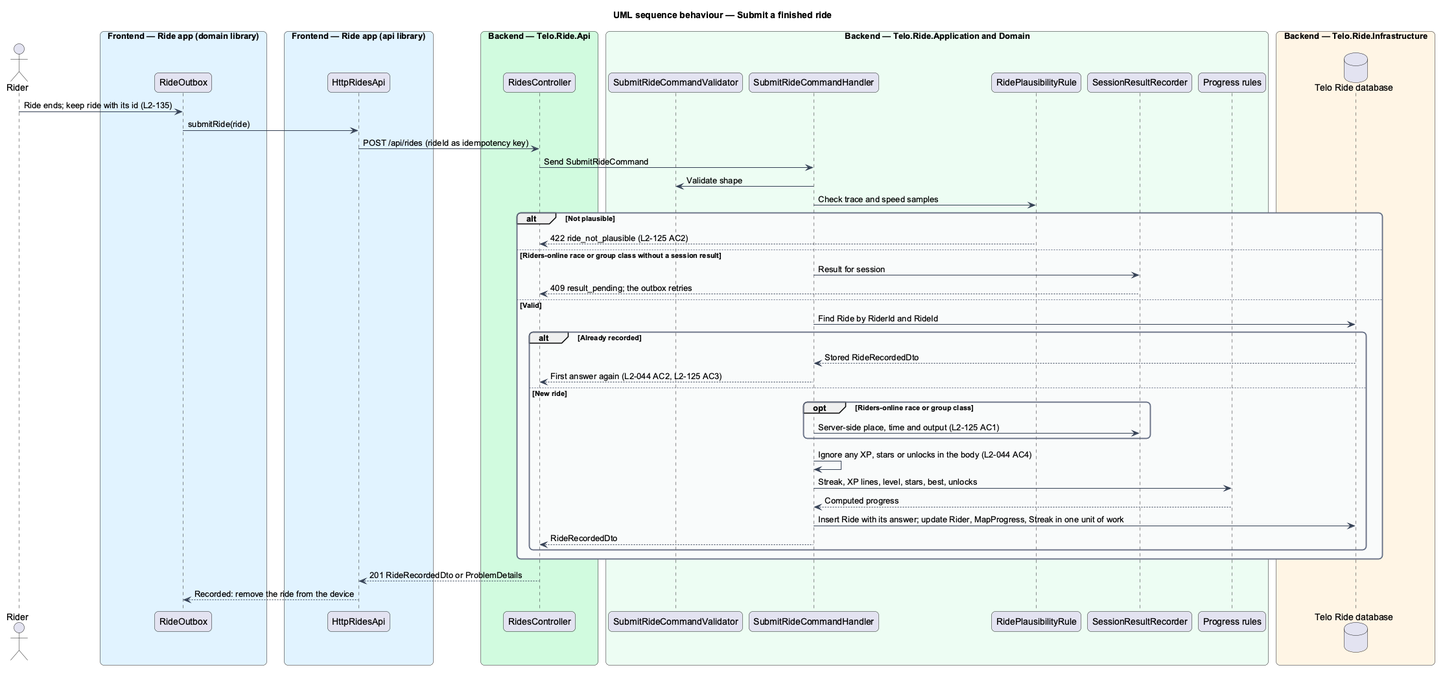
Earlier version of the PlantUML export docs/detailed-designs/progression/keep-progress-on-the-backend/diagrams/sequence-submit-ride.png (QuinntyneBrown/ride-one). Its diagram source:
```plantuml
@startuml
title UML sequence behaviour — Submit a finished ride
skinparam backgroundColor #FFFFFF
skinparam shadowing false
skinparam roundcorner 12
skinparam defaultFontName Arial
skinparam ArrowColor #344054
skinparam rectangle {
  BorderColor #344054
  FontColor #101828
}
skinparam package {
  BorderColor #667085
  FontColor #101828
  BackgroundColor #F9FAFB
}
actor "Rider" as actor
box "Frontend — Ride app (domain library)" #E0F2FE
  participant "RideOutbox" as outbox
end box
box "Frontend — Ride app (api library)" #E0F2FE
  participant "HttpRidesApi" as client
end box
box "Backend — Telo.Ride.Api" #D1FADF
  participant "RidesController" as ctrl
end box
box "Backend — Telo.Ride.Application and Domain" #ECFDF3
  participant "SubmitRideCommandValidator" as val
  participant "SubmitRideCommandHandler" as handler
  participant "RidePlausibilityRule" as plaus
  participant "SessionResultRecorder" as rec
  participant "Progress rules" as rules
end box
box "Backend — Telo.Ride.Infrastructure" #FFF4E5
  database "Telo Ride database" as db
end box
actor -> outbox : Ride ends; keep ride with its id (L2-135)
outbox -> client : submitRide(ride)
client -> ctrl : POST /api/rides (rideId as idempotency key)
ctrl -> handler : Send SubmitRideCommand
handler -> val : Validate shape
handler -> plaus : Check trace and speed samples
alt Not plausible
  plaus --> ctrl : 422 ride_not_plausible (L2-125 AC2)
else Riders-online race or group class without a session result
  handler -> rec : Result for session
  rec --> ctrl : 409 result_pending; the outbox retries
else Valid
  handler -> db : Find Ride by RiderId and RideId
  alt Already recorded
    db --> handler : Stored RideRecordedDto
    handler --> ctrl : First answer again (L2-044 AC2, L2-125 AC3)
  else New ride
    opt Riders-online race or group class
      handler -> rec : Server-side place, time and output (L2-125 AC1)
    end
    handler -> handler : Ignore any XP, stars or unlocks in the body (L2-044 AC4)
    handler -> rules : Streak, XP lines, level, stars, best, unlocks
    rules --> handler : Computed progress
    handler -> db : Insert Ride with its answer; update Rider, MapProgress, Streak in one unit of work
    handler --> ctrl : RideRecordedDto
  end
end
ctrl --> client : 201 RideRecordedDto or ProblemDetails
client --> outbox : Recorded: remove the ride from the device
@enduml
```
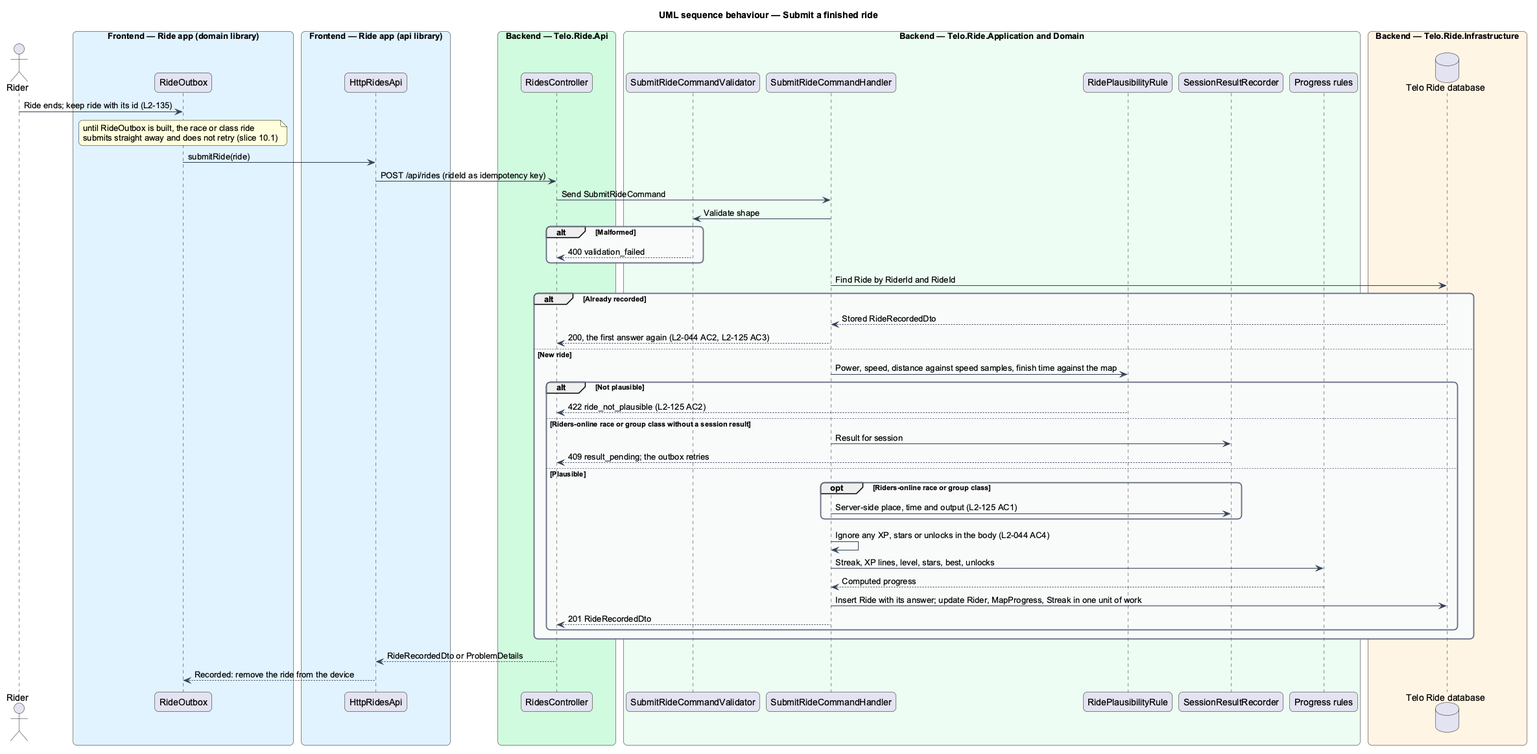
The same diagram one commit later.

Commit message:
Align the record-a-ride design with slice 10.1

The edit, as a diff of the source:
```diff
@@ -35,22 +35,26 @@
   database "Telo Ride database" as db
 end box
 actor -> outbox : Ride ends; keep ride with its id (L2-135)
+note over outbox : until RideOutbox is built, the race or class ride\nsubmits straight away and does not retry (slice 10.1)
 outbox -> client : submitRide(ride)
 client -> ctrl : POST /api/rides (rideId as idempotency key)
 ctrl -> handler : Send SubmitRideCommand
 handler -> val : Validate shape
-handler -> plaus : Check trace and speed samples
-alt Not plausible
-  plaus --> ctrl : 422 ride_not_plausible (L2-125 AC2)
-else Riders-online race or group class without a session result
-  handler -> rec : Result for session
-  rec --> ctrl : 409 result_pending; the outbox retries
-else Valid
-  handler -> db : Find Ride by RiderId and RideId
-  alt Already recorded
-    db --> handler : Stored RideRecordedDto
-    handler --> ctrl : First answer again (L2-044 AC2, L2-125 AC3)
-  else New ride
+alt Malformed
+  val --> ctrl : 400 validation_failed
+end
+handler -> db : Find Ride by RiderId and RideId
+alt Already recorded
+  db --> handler : Stored RideRecordedDto
+  handler --> ctrl : 200, the first answer again (L2-044 AC2, L2-125 AC3)
+else New ride
+  handler -> plaus : Power, speed, distance against speed samples, finish time against the map
+  alt Not plausible
+    plaus --> ctrl : 422 ride_not_plausible (L2-125 AC2)
+  else Riders-online race or group class without a session result
+    handler -> rec : Result for session
+    rec --> ctrl : 409 result_pending; the outbox retries
+  else Plausible
     opt Riders-online race or group class
       handler -> rec : Server-side place, time and output (L2-125 AC1)
     end
@@ -58,9 +62,9 @@
     handler -> rules : Streak, XP lines, level, stars, best, unlocks
     rules --> handler : Computed progress
     handler -> db : Insert Ride with its answer; update Rider, MapProgress, Streak in one unit of work
-    handler --> ctrl : RideRecordedDto
+    handler --> ctrl : 201 RideRecordedDto
   end
 end
-ctrl --> client : 201 RideRecordedDto or ProblemDetails
+ctrl --> client : RideRecordedDto or ProblemDetails
 client --> outbox : Recorded: remove the ride from the device
 @enduml
```
